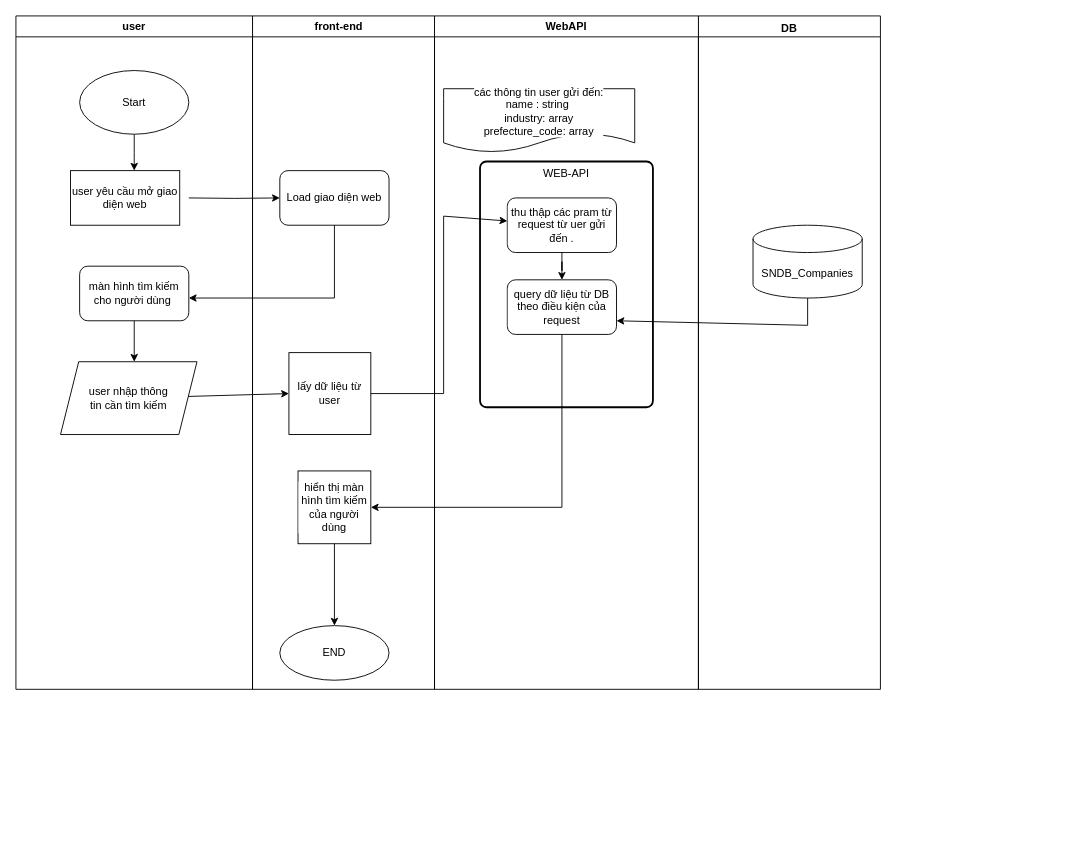
Earlier version of the draw.io diagram ApFilterCompany.drawio (RoterHust65/Draw). Source tidied: cells renumbered, new cells numbered last; positions are measured from the earlier drawing's top-left corner, leaving out a move shared by most shapes. Both pictures are drawn from the tidied source at 91%, with x=0, y=0 at pixel (15, 15).
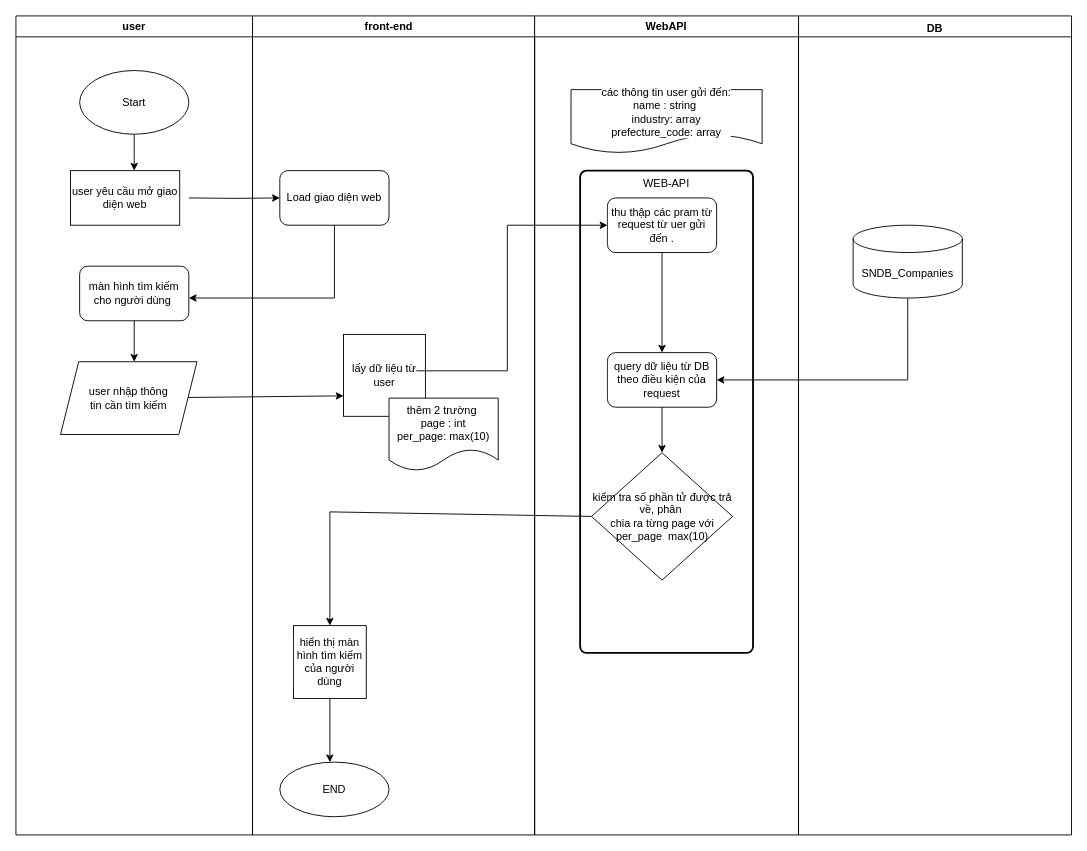
The same page after the edit.

Commit message:
Cập nhật ApFilterCompany.drawio

Unchanged cells that the change refers to:
```xml
<mxCell id="9" value="user nhập thông &lt;br&gt;tin cần tìm kiếm" style="shape=parallelogram;perimeter=parallelogramPerimeter;whiteSpace=wrap;html=1;fixedSize=1;" parent="4" vertex="1">
  <mxGeometry x="49" y="380" width="150" height="80" as="geometry" />
</mxCell>
<mxCell id="17" value="SNDB_Companies" style="shape=cylinder3;whiteSpace=wrap;html=1;boundedLbl=1;backgroundOutline=1;size=15;" parent="16" vertex="1">
  <mxGeometry x="60" y="230" width="120" height="80" as="geometry" />
</mxCell>
<mxCell id="20" value="thu thập các pram từ request từ uer gửi đến ." style="rounded=1;whiteSpace=wrap;html=1;labelBackgroundColor=#ffffff;" parent="18" vertex="1">
  <mxGeometry x="80" y="200" width="120" height="60" as="geometry" />
</mxCell>
```

What changed in the source:
```diff
@@
     <mxCell id="2" value="front-end   " style="swimlane;" parent="1" vertex="1">
-      <mxGeometry x="260" width="200" height="740" as="geometry" />
+      <mxGeometry x="260" width="310" height="900" as="geometry" />
     </mxCell>
@@
     <mxCell id="4" value="user" style="swimlane;" parent="2" vertex="1">
-      <mxGeometry x="-260" width="260" height="740" as="geometry" />
+      <mxGeometry x="-260" width="260" height="900" as="geometry" />
     </mxCell>
@@
     <mxCell id="13" value="lấy dữ liệu từ user" style="whiteSpace=wrap;html=1;" parent="2" vertex="1">
-      <mxGeometry x="40" y="370" width="90" height="90" as="geometry" />
+      <mxGeometry x="100" y="350" width="90" height="90" as="geometry" />
     </mxCell>
-    <mxCell id="14" style="endArrow=classic;html=1;rounded=0;entryX=0;entryY=0.5;entryDx=0;entryDy=0;" parent="2" edge="1" source="9" target="13">
+    <mxCell id="14" style="endArrow=classic;html=1;rounded=0;entryX=0;entryY=0.75;entryDx=0;entryDy=0;" parent="2" edge="1" source="9" target="13">
       <mxGeometry relative="1" as="geometry" />
     </mxCell>
     <mxCell id="15" value="hiển thị màn hình tìm kiếm của người dùng" style="whiteSpace=wrap;html=1;labelBackgroundColor=#ffffff;" parent="2" vertex="1">
-      <mxGeometry x="50" y="500" width="80" height="80" as="geometry" />
+      <mxGeometry x="45" y="670" width="80" height="80" as="geometry" />
     </mxCell>
+    <mxCell id="27" value="END" style="ellipse;whiteSpace=wrap;html=1;labelBackgroundColor=#ffffff;" parent="2" vertex="1">
+      <mxGeometry x="30" y="820" width="120" height="60" as="geometry" />
+    </mxCell>
+    <mxCell id="28" style="edgeStyle=orthogonalEdgeStyle;rounded=0;jettySize=auto;html=1;" parent="2" edge="1" source="15" target="27">
+      <mxGeometry relative="1" as="geometry">
+        <Array as="points">
+          <mxPoint x="85" y="840" />
+          <mxPoint x="85" y="840" />
+        </Array>
+      </mxGeometry>
+    </mxCell>
+    <mxCell id="29" value="thêm 2 trường&amp;nbsp;&lt;br&gt;page : int&lt;br&gt;per_page: max(10)" style="shape=document;whiteSpace=wrap;html=1;boundedLbl=1;" parent="2" vertex="1">
+      <mxGeometry x="150" y="420" width="120" height="80" as="geometry" />
+    </mxCell>
     <mxCell id="16" value="DB" style="swimlane;verticalAlign=top;" parent="1" vertex="1">
-      <mxGeometry x="750" width="200" height="740" as="geometry" />
+      <mxGeometry x="860" width="300" height="900" as="geometry" />
     </mxCell>
@@
     <mxCell id="18" value="WebAPI" style="swimlane;" parent="16" vertex="1">
-      <mxGeometry x="-290" width="290" height="740" as="geometry" />
+      <mxGeometry x="-290" width="290" height="900" as="geometry" />
     </mxCell>
     <mxCell id="19" value="WEB-API" style="rounded=1;whiteSpace=wrap;html=1;absoluteArcSize=1;arcSize=14;strokeWidth=2;verticalAlign=top;" parent="18" vertex="1">
-      <mxGeometry x="50" y="160" width="190" height="270" as="geometry" />
+      <mxGeometry x="50" y="170" width="190" height="530" as="geometry" />
     </mxCell>
@@
     <mxCell id="21" value="các thông tin user gửi đến:&lt;br&gt;name : string&amp;nbsp;&lt;br&gt;industry: array&lt;br&gt;prefecture_code: array" style="shape=document;whiteSpace=wrap;html=1;boundedLbl=1;labelBackgroundColor=#ffffff;" parent="18" vertex="1">
-      <mxGeometry x="10" y="80" width="210" height="70" as="geometry" />
+      <mxGeometry x="40" y="81" width="210" height="70" as="geometry" />
     </mxCell>
     <mxCell id="22" value="query dữ liệu từ DB theo điều kiện của request" style="whiteSpace=wrap;html=1;rounded=1;labelBackgroundColor=#ffffff;" parent="18" vertex="1">
-      <mxGeometry x="80" y="290" width="120" height="60" as="geometry" />
+      <mxGeometry x="80" y="370" width="120" height="60" as="geometry" />
     </mxCell>
-    <mxCell id="23" style="edgeStyle=orthogonalEdgeStyle;rounded=0;jettySize=auto;html=1;" parent="18" edge="1" source="20" target="22">
+    <mxCell id="23" style="endArrow=classic;html=1;rounded=0;" parent="18" edge="1" source="20" target="22">
       <mxGeometry relative="1" as="geometry" />
     </mxCell>
+    <mxCell id="30" value="kiểm tra số phần tử được trả về, phân&amp;nbsp;&lt;br&gt;chia ra từng page với&lt;br&gt;per_page&amp;nbsp; max(10)" style="rhombus;whiteSpace=wrap;html=1;" parent="18" vertex="1">
+      <mxGeometry x="62.5" y="480" width="155" height="140" as="geometry" />
+    </mxCell>
+    <mxCell id="31" style="endArrow=classic;html=1;rounded=0;" parent="18" edge="1" source="22" target="30">
+      <mxGeometry relative="1" as="geometry" />
+    </mxCell>
-    <mxCell id="24" style="endArrow=classic;html=1;rounded=0;entryX=1;entryY=0.75;entryDx=0;entryDy=0;" parent="16" edge="1" source="17" target="22">
+    <mxCell id="24" style="endArrow=classic;html=1;rounded=0;entryX=1;entryY=0.5;entryDx=0;entryDy=0;" parent="16" edge="1" source="17" target="22">
       <mxGeometry relative="1" as="geometry">
         <Array as="points">
           <mxPoint x="120" y="340" />
+          <mxPoint x="120" y="400" />
         </Array>
       </mxGeometry>
     </mxCell>
-    <mxCell id="25" style="endArrow=classic;html=1;rounded=0;exitX=1;exitY=0.5;exitDx=0;exitDy=0;" parent="1" edge="1" source="13" target="20">
+    <mxCell id="25" style="endArrow=classic;html=1;rounded=0;" parent="1" edge="1" target="20">
       <mxGeometry relative="1" as="geometry">
+        <mxPoint x="440" y="390" as="sourcePoint" />
         <Array as="points">
-          <mxPoint x="470" y="415" />
-          <mxPoint x="470" y="220" />
+          <mxPoint x="540" y="390" />
+          <mxPoint x="540" y="230" />
         </Array>
       </mxGeometry>
     </mxCell>
-    <mxCell id="26" style="endArrow=classic;html=1;rounded=0;entryX=1;entryY=0.5;entryDx=0;entryDy=0;" parent="1" edge="1" source="22" target="15">
-      <mxGeometry relative="1" as="geometry">
-        <Array as="points">
-          <mxPoint x="600" y="540" />
-        </Array>
-      </mxGeometry>
-    </mxCell>
-    <mxCell id="27" value="END" style="ellipse;whiteSpace=wrap;html=1;labelBackgroundColor=#ffffff;" parent="1" vertex="1">
-      <mxGeometry x="290" y="670" width="120" height="60" as="geometry" />
-    </mxCell>
-    <mxCell id="28" style="edgeStyle=orthogonalEdgeStyle;rounded=0;jettySize=auto;html=1;" parent="1" edge="1" source="15" target="27">
-      <mxGeometry relative="1" as="geometry" />
-    </mxCell>
+    <mxCell id="32" style="endArrow=classic;html=1;rounded=0;exitX=0;exitY=0.5;exitDx=0;exitDy=0;" parent="1" edge="1" source="30" target="15">
+      <mxGeometry relative="1" as="geometry">
+        <Array as="points">
+          <mxPoint x="345" y="545" />
+        </Array>
+      </mxGeometry>
+    </mxCell>
```
